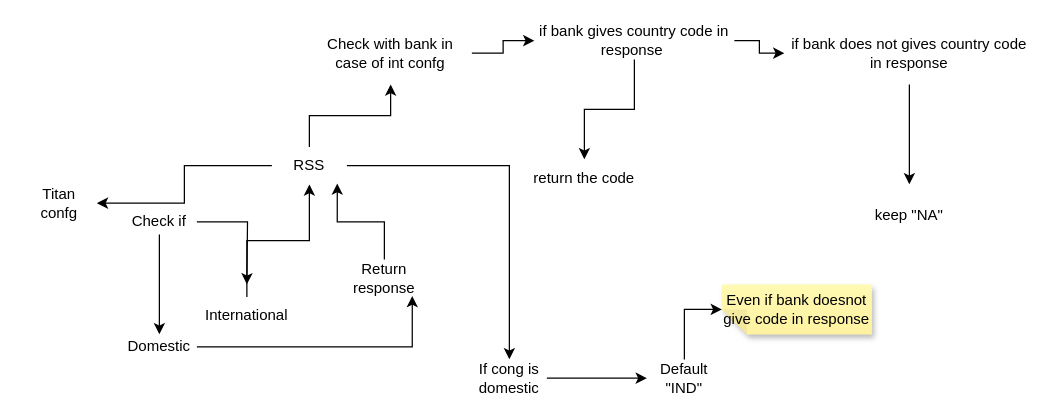
The draw.io diagram countrycode.drawio in Mitalijadhav149/Console-decoupling, before the edit. Source tidied: cells renumbered, new cells numbered last; positions are measured from the earlier drawing's top-left corner, leaving out a move shared by most shapes. Both pictures are drawn from the tidied source at 125%, with x=0, y=0 at pixel (21, 21).
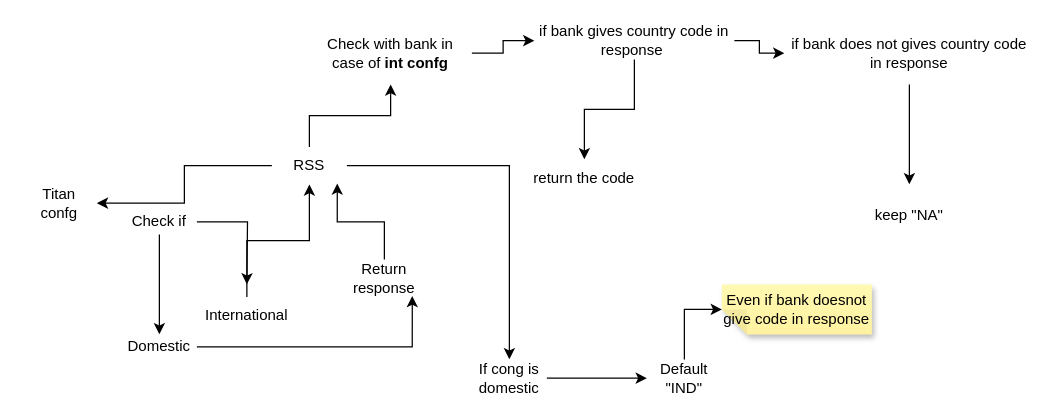
The same page after the edit.

What changed in the source:
```diff
@@
-    <mxCell id="17" value="Check with bank in case of int confg" style="text;html=1;whiteSpace=wrap;strokeColor=none;fillColor=none;align=center;verticalAlign=middle;rounded=0;" parent="1" vertex="1">
+    <mxCell id="17" value="Check with bank in case of &lt;b&gt;int confg&lt;/b&gt;" style="text;html=1;whiteSpace=wrap;strokeColor=none;fillColor=none;align=center;verticalAlign=middle;rounded=0;" parent="1" vertex="1">
       <mxGeometry x="230" width="130" height="50" as="geometry" />
     </mxCell>
```
